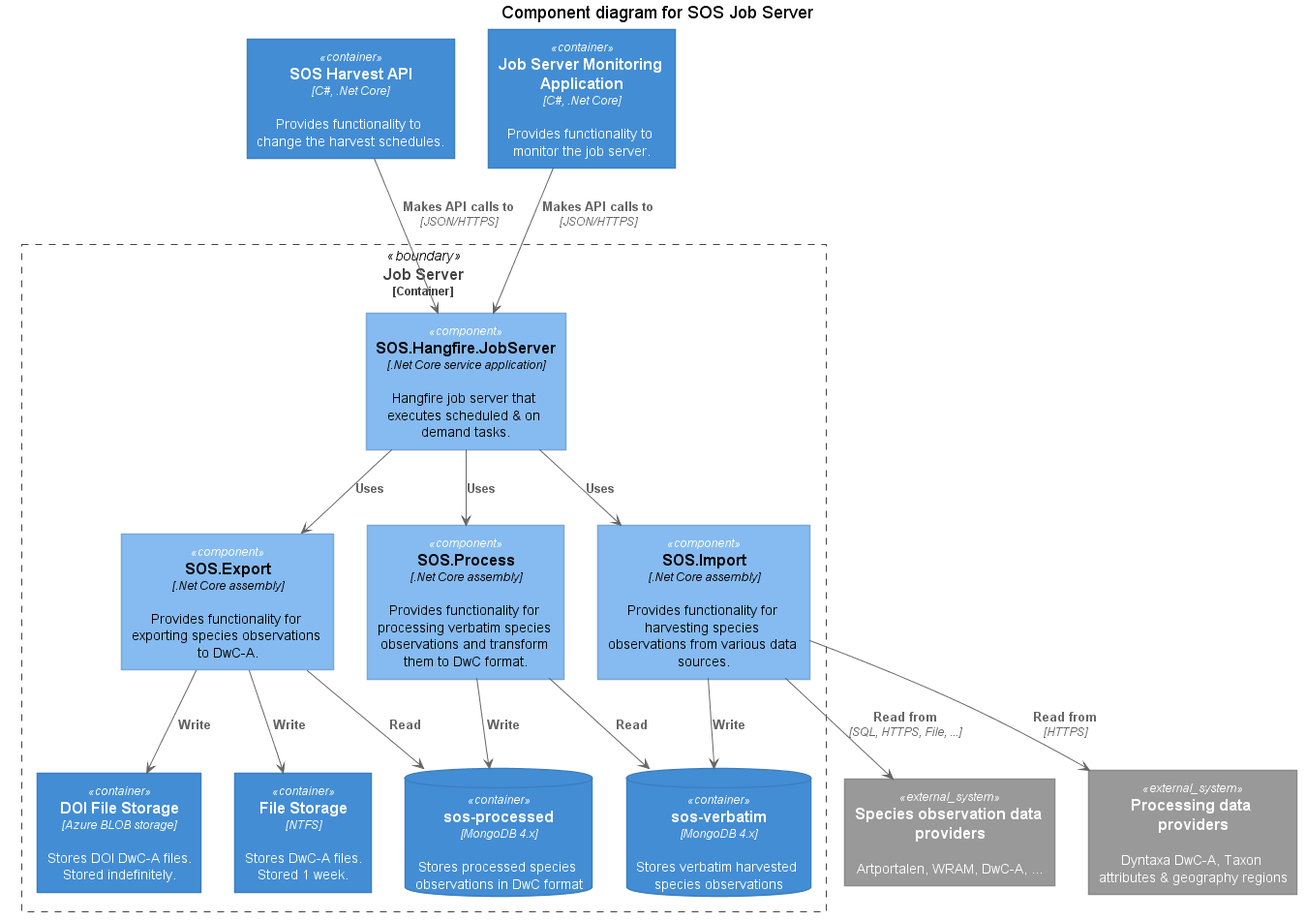
biodiversitydata-se/SOS keeps this PlantUML diagram as Documentation/Diagrams/Job Server Component Diagram/Component diagram for SOS Job Server.png. Above is the earlier version.
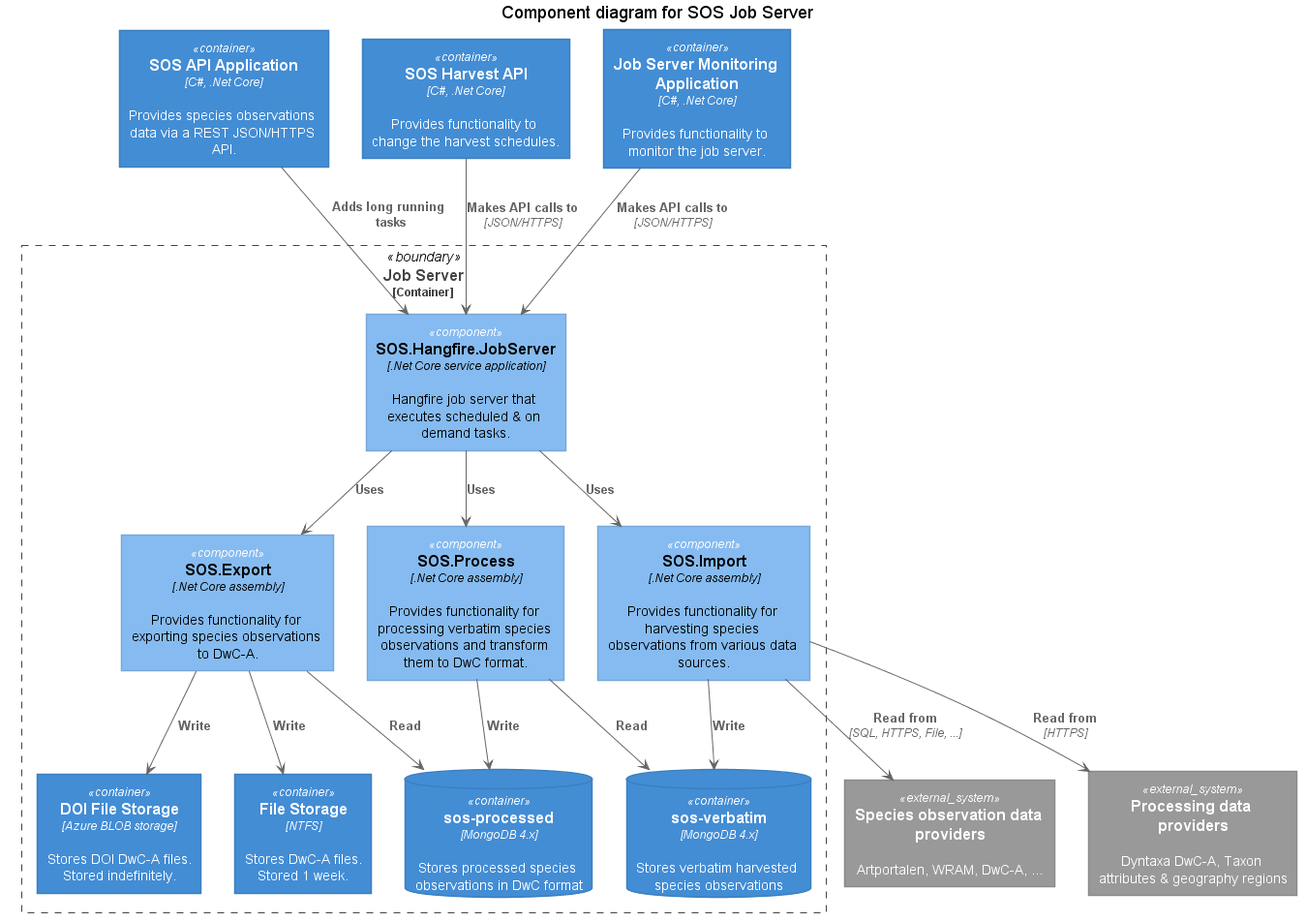
After the commit.

What changed in the source:
```diff
@@ -155,6 +155,7 @@
 
 
 title Component diagram for SOS Job Server
+rectangle "==SOS API Application\n//<size:12>[C#, .Net Core]</size>//\n\n Provides species observations data via a REST JSON/HTTPS API." <<container>> as api_application
 rectangle "==SOS Harvest API\n//<size:12>[C#, .Net Core]</size>//\n\n Provides functionality to change the harvest schedules." <<container>> as harvest_api
 rectangle "==Job Server Monitoring Application\n//<size:12>[C#, .Net Core]</size>//\n\n Provides functionality to monitor the job server." <<container>> as job_monitoring_application
 rectangle "==Species observation data providers\n\n Artportalen, WRAM, DwC-A, ..." <<external_system>> as observation_data_providers
@@ -184,6 +185,7 @@
 
 import_assembly --> observation_data_providers : "===Read from\n//<size:12>[SQL, HTTPS, File, ...]</size>//"
 import_assembly --> processing_data_providers : "===Read from\n//<size:12>[HTTPS]</size>//"
+api_application --> job_server : "===Adds long running tasks"
 harvest_api --> job_server : "===Makes API calls to\n//<size:12>[JSON/HTTPS]</size>//"
 job_monitoring_application --> job_server : "===Makes API calls to\n//<size:12>[JSON/HTTPS]</size>//"
 @enduml
```
